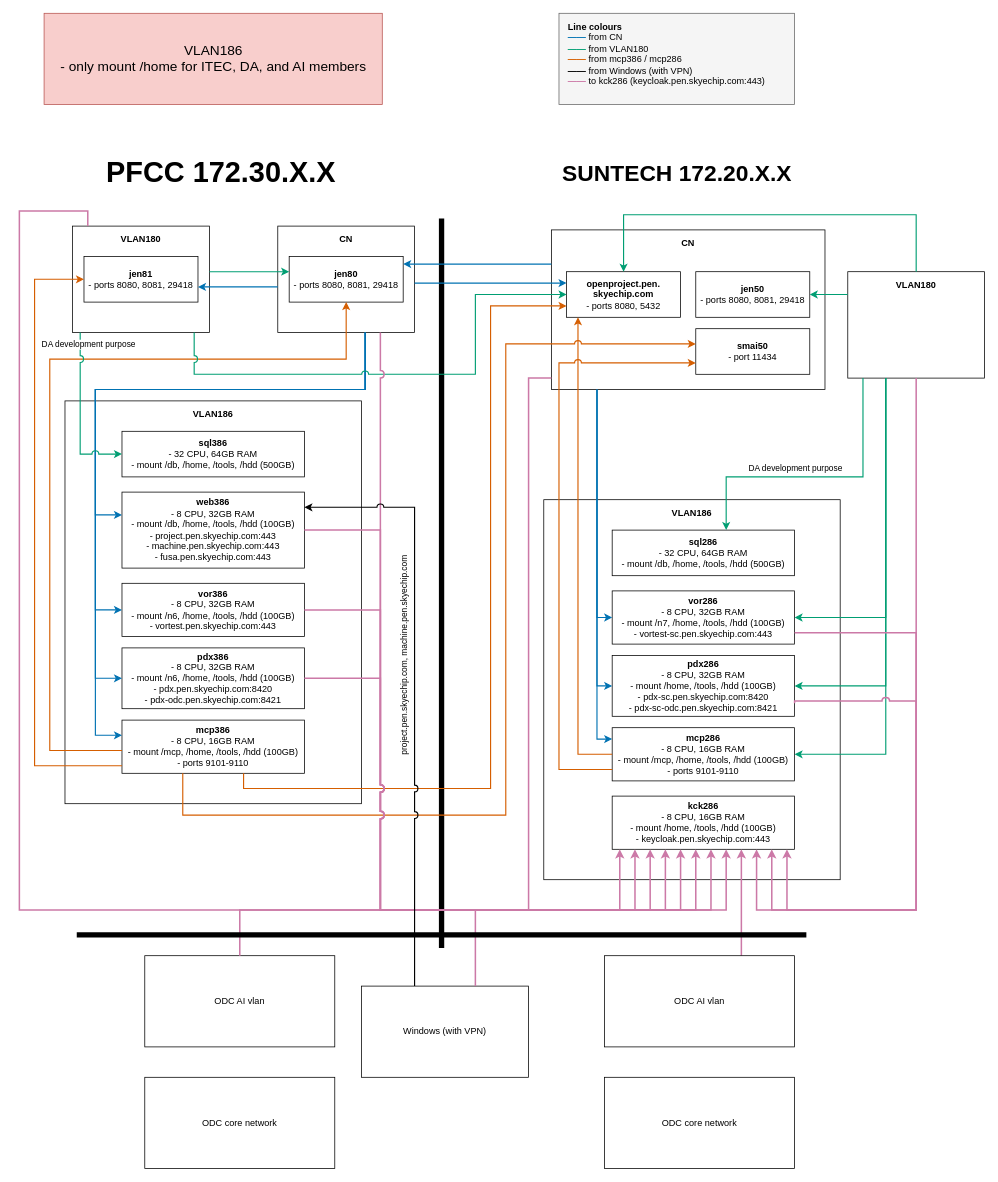
yk2274/tmp keeps this draw.io diagram as vlan186_cleaned_v2.drawio. Above is the earlier version. Source tidied: cells renumbered, new cells numbered last; positions are measured from the earlier drawing's top-left corner, leaving out a move shared by most shapes. Both pictures are drawn from the tidied source at 76%, with x=0, y=0 at pixel (19, 13).
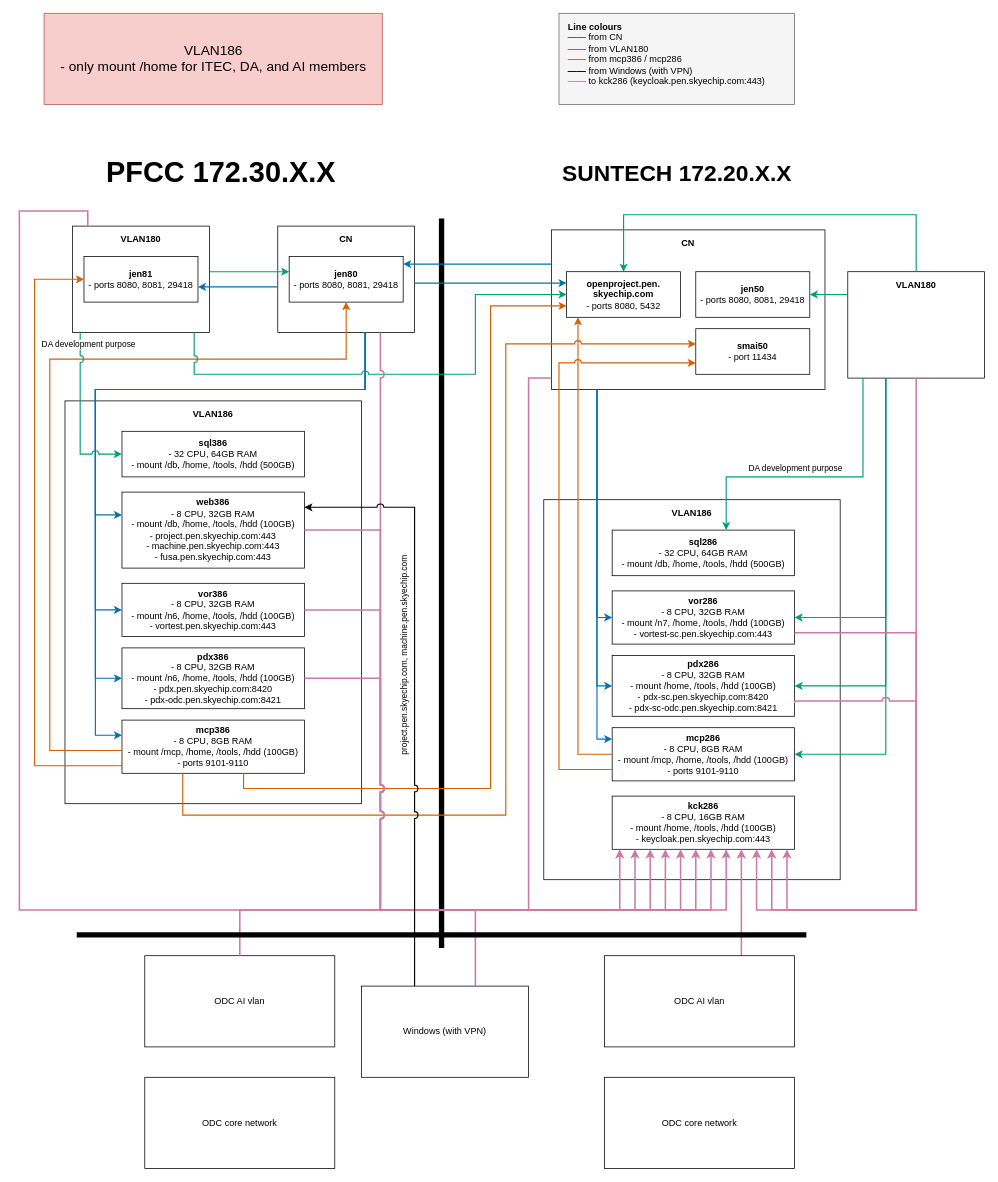
The same page after the edit.

Commit message:
modified mcp* spec

The change refers to these unchanged cells:
```xml
<mxCell id="2" style="group;" parent="1" vertex="1">
  <mxGeometry x="60" y="510" width="390" height="530" as="geometry" />
</mxCell>
<mxCell id="25" style="group;" parent="1" vertex="1">
  <mxGeometry x="690" y="640" width="390" height="500" as="geometry" />
</mxCell>
```

What changed in the source:
```diff
@@
-    <mxCell id="8" value="&lt;b&gt;mcp386&lt;/b&gt;&lt;div&gt;- 8 CPU, 16GB RAM&lt;/div&gt;&lt;div&gt;- mount /mcp, /home, /tools, /hdd (100GB)&lt;/div&gt;&lt;div&gt;- ports 9101-9110&lt;/div&gt;" style="rounded=0;whiteSpace=wrap;html=1;" parent="2" vertex="1">
+    <mxCell id="8" value="&lt;b&gt;mcp386&lt;/b&gt;&lt;div&gt;- 8 CPU, 8GB RAM&lt;/div&gt;&lt;div&gt;- mount /mcp, /home, /tools, /hdd (100GB)&lt;/div&gt;&lt;div&gt;- ports 9101-9110&lt;/div&gt;" style="rounded=0;whiteSpace=wrap;html=1;" parent="2" vertex="1">
       <mxGeometry x="75" y="420" width="240" height="70" as="geometry" />
     </mxCell>
@@
-    <mxCell id="30" value="&lt;b&gt;mcp286&lt;/b&gt;&lt;div&gt;- 8 CPU, 16GB RAM&lt;/div&gt;&lt;div&gt;- mount /mcp, /home, /tools, /hdd (100GB)&lt;/div&gt;&lt;div&gt;- ports 9101-9110&lt;/div&gt;" style="rounded=0;whiteSpace=wrap;html=1;" parent="25" vertex="1">
+    <mxCell id="30" value="&lt;b&gt;mcp286&lt;/b&gt;&lt;div&gt;- 8 CPU, 8GB RAM&lt;/div&gt;&lt;div&gt;- mount /mcp, /home, /tools, /hdd (100GB)&lt;/div&gt;&lt;div&gt;- ports 9101-9110&lt;/div&gt;" style="rounded=0;whiteSpace=wrap;html=1;" parent="25" vertex="1">
       <mxGeometry x="90" y="300" width="240" height="70" as="geometry" />
     </mxCell>
```
